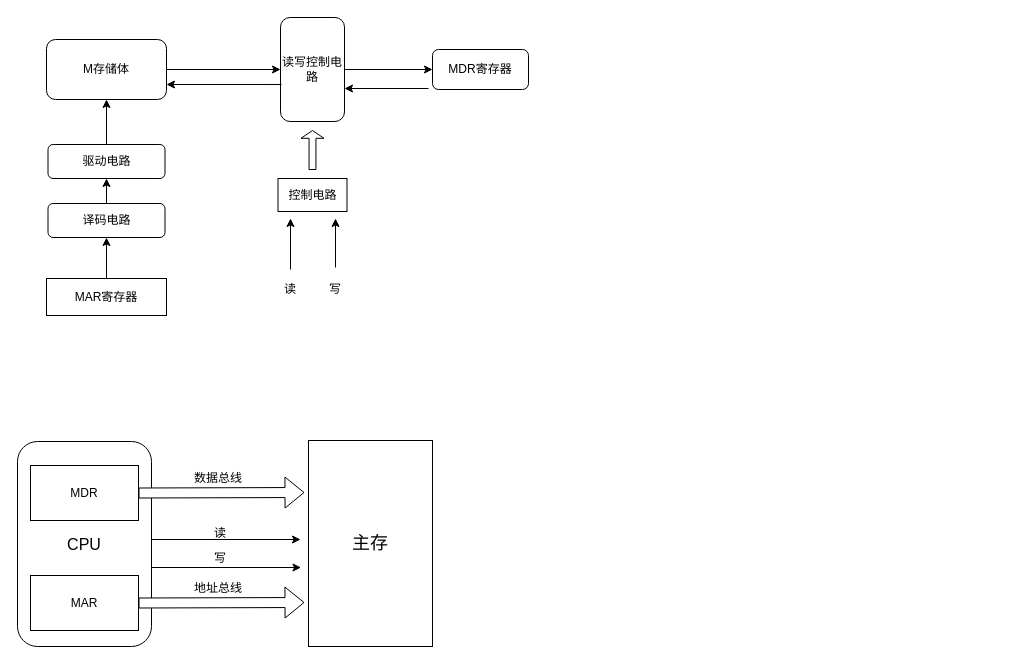
The draw.io diagram page "第 4 页" (4 of 4) of metasploit.drawio in zhongyupei666/CodingStruct, before the edit. Source tidied: cells renumbered, new cells numbered last; positions are measured from the earlier drawing's top-left corner, leaving out a move shared by most shapes. Both pictures are drawn from the tidied source at 100%, with x=0, y=0 at pixel (17, 17).
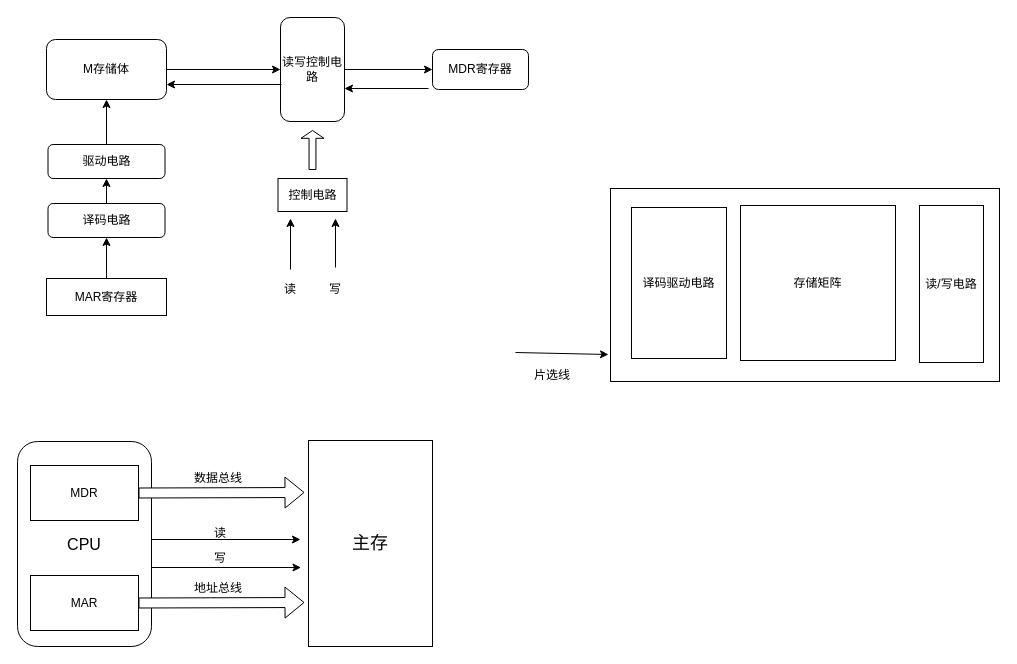
The same diagram, later.

The edit, as a diff of the source:
```diff
@@
+    <mxCell id="33" style="rounded=0;whiteSpace=wrap;html=1;" parent="1" vertex="1">
+      <mxGeometry x="593" y="171" width="389" height="193" as="geometry" />
+    </mxCell>
+    <mxCell id="34" value="&lt;div&gt;译码驱动电路&lt;/div&gt;" style="rounded=0;whiteSpace=wrap;html=1;" parent="1" vertex="1">
+      <mxGeometry x="614" y="190" width="95" height="151" as="geometry" />
+    </mxCell>
+    <mxCell id="35" value="存储矩阵" style="whiteSpace=wrap;html=1;" parent="1" vertex="1">
+      <mxGeometry x="723" y="188" width="155" height="155" as="geometry" />
+    </mxCell>
+    <mxCell id="36" value="读/写电路" style="rounded=0;whiteSpace=wrap;html=1;" parent="1" vertex="1">
+      <mxGeometry x="902" y="188" width="64" height="157" as="geometry" />
+    </mxCell>
+    <mxCell id="37" style="endArrow=classic;html=1;rounded=0;" parent="1" edge="1">
+      <mxGeometry relative="1" as="geometry">
+        <mxPoint x="498" y="335" as="sourcePoint" />
+        <mxPoint x="591" y="337" as="targetPoint" />
+      </mxGeometry>
+    </mxCell>
+    <mxCell id="38" value="片选线" style="text;html=1;align=center;verticalAlign=middle;whiteSpace=wrap;rounded=0;" parent="1" vertex="1">
+      <mxGeometry x="505" y="343" width="60" height="30" as="geometry" />
+    </mxCell>
```
